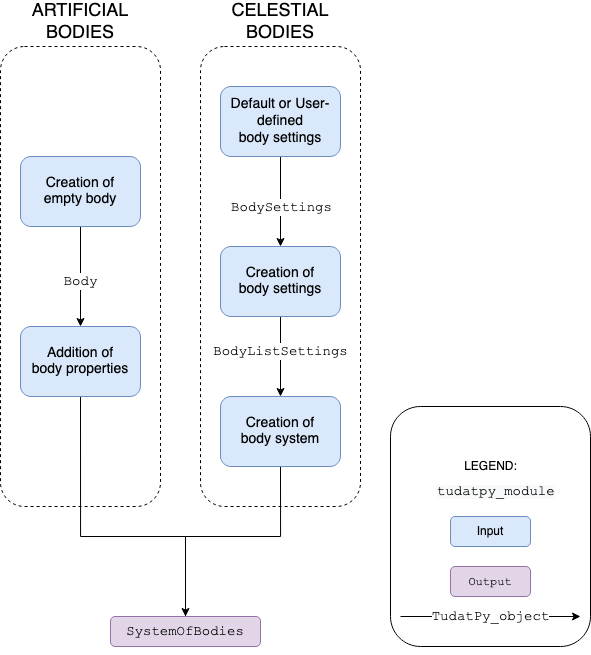
The draw.io diagram docs/source/_src_user_guide/state_propagation/_static/tudatpy_environment.png in tudat-team/tudat-space, before a commit. Source tidied: cells renumbered, new cells last; positions are measured from the earlier drawing's top-left corner, leaving out a move shared by most shapes.
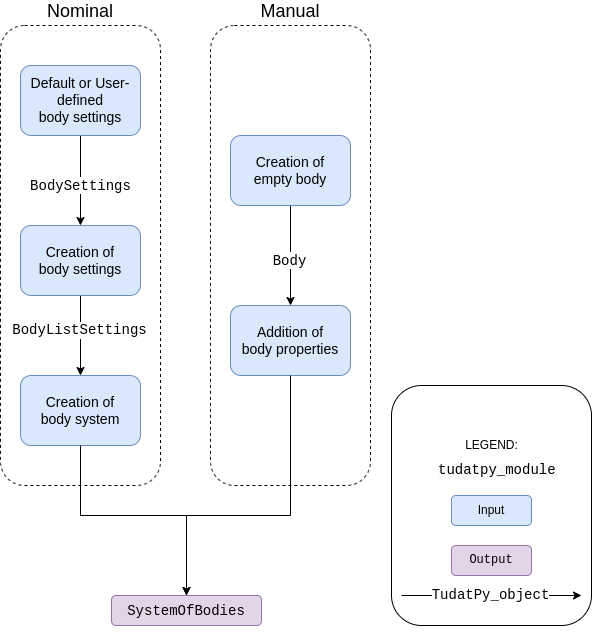
Above is the later version.

Diff of the diagram source:
```diff
@@ -8,20 +8,11 @@
         <mxPoint x="185" y="600" as="targetPoint" />
       </mxGeometry>
     </mxCell>
-    <mxCell id="3" value="&lt;font style=&quot;font-size: 18px;&quot;&gt;CELESTIAL BODIES&lt;/font&gt;" style="rounded=1;whiteSpace=wrap;html=1;dashed=1;labelPosition=center;verticalLabelPosition=top;align=center;verticalAlign=bottom;" parent="1" vertex="1">
-      <mxGeometry x="200" width="160" height="460" as="geometry" />
+    <mxCell id="3" value="&lt;font style=&quot;font-size: 18px;&quot;&gt;Nominal&lt;/font&gt;" style="rounded=1;whiteSpace=wrap;html=1;dashed=1;labelPosition=center;verticalLabelPosition=top;align=center;verticalAlign=bottom;" parent="1" vertex="1">
+      <mxGeometry x="-1" width="160" height="460" as="geometry" />
     </mxCell>
-    <mxCell id="4" style="edgeStyle=orthogonalEdgeStyle;rounded=0;jettySize=auto;html=1;exitX=0.5;exitY=1;exitDx=0;exitDy=0;entryX=0.5;entryY=0;entryDx=0;entryDy=0;fontFamily=Courier New;fontSize=14;" parent="1" edge="1" source="5">
-      <mxGeometry relative="1" as="geometry">
-        <mxPoint x="185" y="600" as="targetPoint" />
-        <Array as="points">
-          <mxPoint x="280" y="490" />
-          <mxPoint x="185" y="490" />
-        </Array>
-      </mxGeometry>
-    </mxCell>
     <mxCell id="5" value="Creation of &lt;br style=&quot;font-size: 14px;&quot;&gt;body system" style="rounded=1;whiteSpace=wrap;html=1;fillColor=#dae8fc;strokeColor=#6c8ebf;fontSize=14;" parent="1" vertex="1">
-      <mxGeometry x="220" y="350" width="120" height="70" as="geometry" />
+      <mxGeometry x="19" y="350" width="120" height="70" as="geometry" />
     </mxCell>
     <mxCell id="6" value="&lt;font face=&quot;Courier New&quot;&gt;SystemOfBodies&lt;/font&gt;" style="rounded=1;whiteSpace=wrap;html=1;fillColor=#e1d5e7;strokeColor=#9673a6;fontSize=14;" parent="1" vertex="1">
       <mxGeometry x="110" y="570" width="150" height="30" as="geometry" />
@@ -33,11 +24,11 @@
       <mxGeometry x="-0.12" y="-1" relative="1" as="geometry" />
     </mxCell>
     <mxCell id="9" value="Creation of &lt;br style=&quot;font-size: 14px&quot;&gt;body settings" style="rounded=1;whiteSpace=wrap;html=1;fillColor=#dae8fc;strokeColor=#6c8ebf;fontSize=14;" parent="1" vertex="1">
-      <mxGeometry x="220" y="200" width="120" height="70" as="geometry" />
+      <mxGeometry x="19" y="200" width="120" height="70" as="geometry" />
     </mxCell>
     <mxCell id="10" style="edgeStyle=orthogonalEdgeStyle;rounded=0;jettySize=auto;html=1;exitX=0.5;exitY=1;exitDx=0;exitDy=0;fontFamily=Courier New;fontSize=14;" parent="1" edge="1" source="12">
       <mxGeometry relative="1" as="geometry">
-        <mxPoint x="280" y="200" as="targetPoint" />
+        <mxPoint x="79" y="200" as="targetPoint" />
       </mxGeometry>
     </mxCell>
     <mxCell id="11" value="&lt;span style=&quot;font-family: &amp;#34;courier new&amp;#34;&quot;&gt;BodySettings&lt;/span&gt;" style="edgeLabel;html=1;align=center;verticalAlign=middle;fontSize=14;fontFamily=Helvetica;" parent="10" vertex="1">
@@ -46,10 +37,10 @@
       </mxGeometry>
     </mxCell>
     <mxCell id="12" value="Default or User-defined &lt;br&gt;body settings" style="rounded=1;whiteSpace=wrap;html=1;fillColor=#dae8fc;strokeColor=#6c8ebf;fontSize=14;" parent="1" vertex="1">
-      <mxGeometry x="220" y="40" width="120" height="70" as="geometry" />
+      <mxGeometry x="19" y="40" width="120" height="70" as="geometry" />
     </mxCell>
-    <mxCell id="13" value="&lt;font style=&quot;font-size: 18px;&quot;&gt;ARTIFICIAL BODIES&lt;/font&gt;" style="rounded=1;whiteSpace=wrap;html=1;dashed=1;labelPosition=center;verticalLabelPosition=top;align=center;verticalAlign=bottom;" parent="1" vertex="1">
-      <mxGeometry width="160" height="460" as="geometry" />
+    <mxCell id="13" value="&lt;font style=&quot;font-size: 18px;&quot;&gt;Manual&lt;/font&gt;" style="rounded=1;whiteSpace=wrap;html=1;dashed=1;labelPosition=center;verticalLabelPosition=top;align=center;verticalAlign=bottom;" parent="1" vertex="1">
+      <mxGeometry x="209" width="160" height="460" as="geometry" />
     </mxCell>
     <mxCell id="14" style="edgeStyle=orthogonalEdgeStyle;rounded=0;jettySize=auto;html=1;exitX=0.5;exitY=1;exitDx=0;exitDy=0;entryX=0.5;entryY=0;entryDx=0;entryDy=0;fontFamily=Helvetica;fontSize=14;" parent="1" edge="1" source="16" target="18">
       <mxGeometry relative="1" as="geometry" />
@@ -58,18 +49,18 @@
       <mxGeometry x="0.1" y="-1" relative="1" as="geometry" />
     </mxCell>
     <mxCell id="16" value="Creation of&lt;br&gt;empty body" style="rounded=1;whiteSpace=wrap;html=1;fillColor=#dae8fc;strokeColor=#6c8ebf;fontSize=14;" parent="1" vertex="1">
-      <mxGeometry x="20" y="110" width="120" height="70" as="geometry" />
+      <mxGeometry x="229" y="110" width="120" height="70" as="geometry" />
     </mxCell>
-    <mxCell id="17" style="edgeStyle=orthogonalEdgeStyle;rounded=0;jettySize=auto;html=1;exitX=0.5;exitY=1;exitDx=0;exitDy=0;entryX=0.5;entryY=0;entryDx=0;entryDy=0;fontFamily=Helvetica;fontSize=14;" parent="1" edge="1" source="18" target="6">
+    <mxCell id="17" style="edgeStyle=orthogonalEdgeStyle;rounded=0;jettySize=auto;html=1;exitX=0.5;exitY=1;exitDx=0;exitDy=0;entryX=0.5;entryY=0;entryDx=0;entryDy=0;fontFamily=Helvetica;fontSize=14;" parent="1" edge="1" source="5" target="6">
       <mxGeometry relative="1" as="geometry">
         <Array as="points">
-          <mxPoint x="80" y="490" />
+          <mxPoint x="79" y="490" />
           <mxPoint x="185" y="490" />
         </Array>
       </mxGeometry>
     </mxCell>
     <mxCell id="18" value="Addition of&lt;br&gt;body properties" style="rounded=1;whiteSpace=wrap;html=1;fillColor=#dae8fc;strokeColor=#6c8ebf;fontSize=14;" parent="1" vertex="1">
-      <mxGeometry x="20" y="280" width="120" height="70" as="geometry" />
+      <mxGeometry x="229" y="280" width="120" height="70" as="geometry" />
     </mxCell>
     <mxCell id="19" style="rounded=1;whiteSpace=wrap;html=1;labelPosition=left;verticalLabelPosition=top;align=right;verticalAlign=bottom;" parent="1" vertex="1">
       <mxGeometry x="390" y="360" width="200" height="240" as="geometry" />
@@ -93,5 +84,13 @@
     <mxCell id="24" value="&lt;span style=&quot;color: rgb(0 , 0 , 0) ; font-family: &amp;#34;courier new&amp;#34; ; font-style: normal ; font-weight: normal ; letter-spacing: normal ; text-align: center ; text-indent: 0px ; text-transform: none ; word-spacing: 0px ; background-color: rgb(248 , 249 , 250) ; text-decoration: none ; display: inline ; float: none&quot;&gt;&lt;font style=&quot;font-size: 14px&quot;&gt;tudatpy_module&lt;/font&gt;&lt;/span&gt;" style="text;whiteSpace=wrap;html=1;fontFamily=Courier New;" parent="1" vertex="1">
       <mxGeometry x="435" y="430" width="110" height="30" as="geometry" />
     </mxCell>
+    <mxCell id="25" style="edgeStyle=orthogonalEdgeStyle;rounded=0;jettySize=auto;html=1;entryX=0.5;entryY=0;entryDx=0;entryDy=0;fontFamily=Helvetica;fontSize=14;exitX=0.5;exitY=1;exitDx=0;exitDy=0;" parent="1" edge="1" source="18" target="6">
+      <mxGeometry relative="1" as="geometry">
+        <Array as="points">
+          <mxPoint x="289" y="490" />
+          <mxPoint x="185" y="490" />
+        </Array>
+      </mxGeometry>
+    </mxCell>
   </root>
 </mxGraphModel>
```
